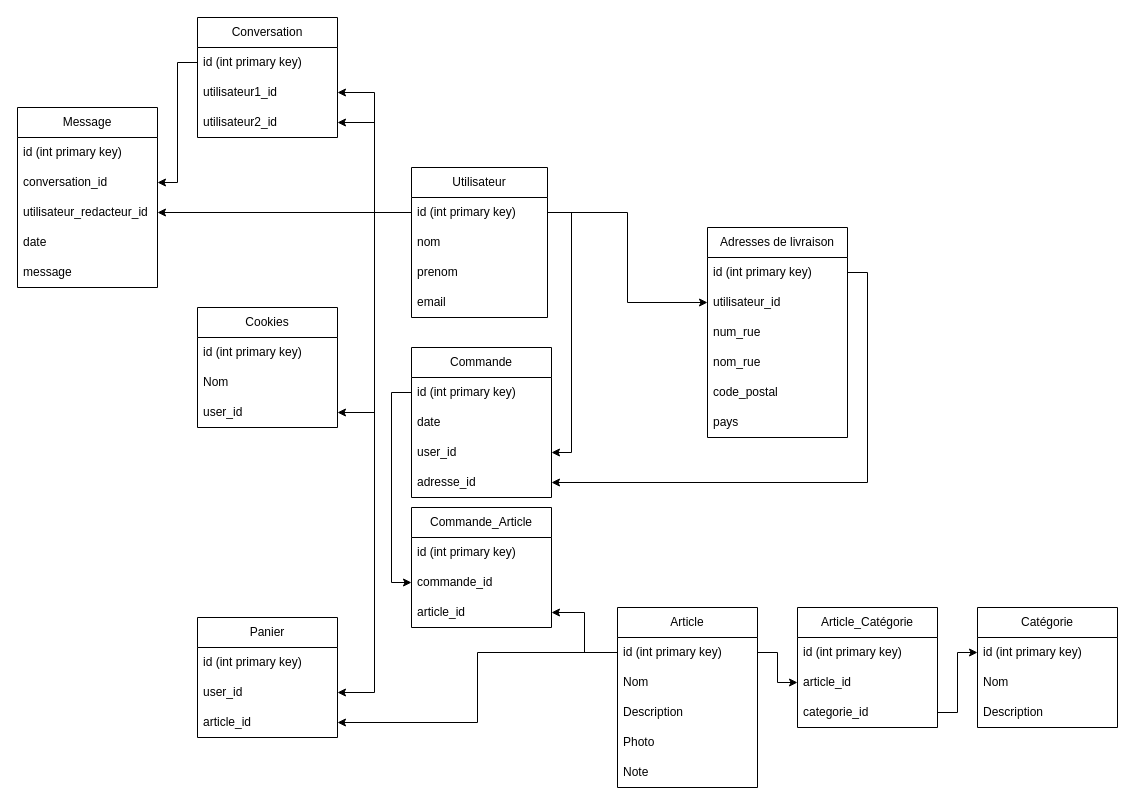
mathiasSuchail/diagram keeps this draw.io diagram as BDD Amazon IPI TP.drawio. Above is the earlier version. Source tidied: cells renumbered, new cells numbered last; positions are measured from the earlier drawing's top-left corner, leaving out a move shared by most shapes. Both pictures are drawn from the tidied source at 100%, with x=0, y=0 at pixel (17, 17).
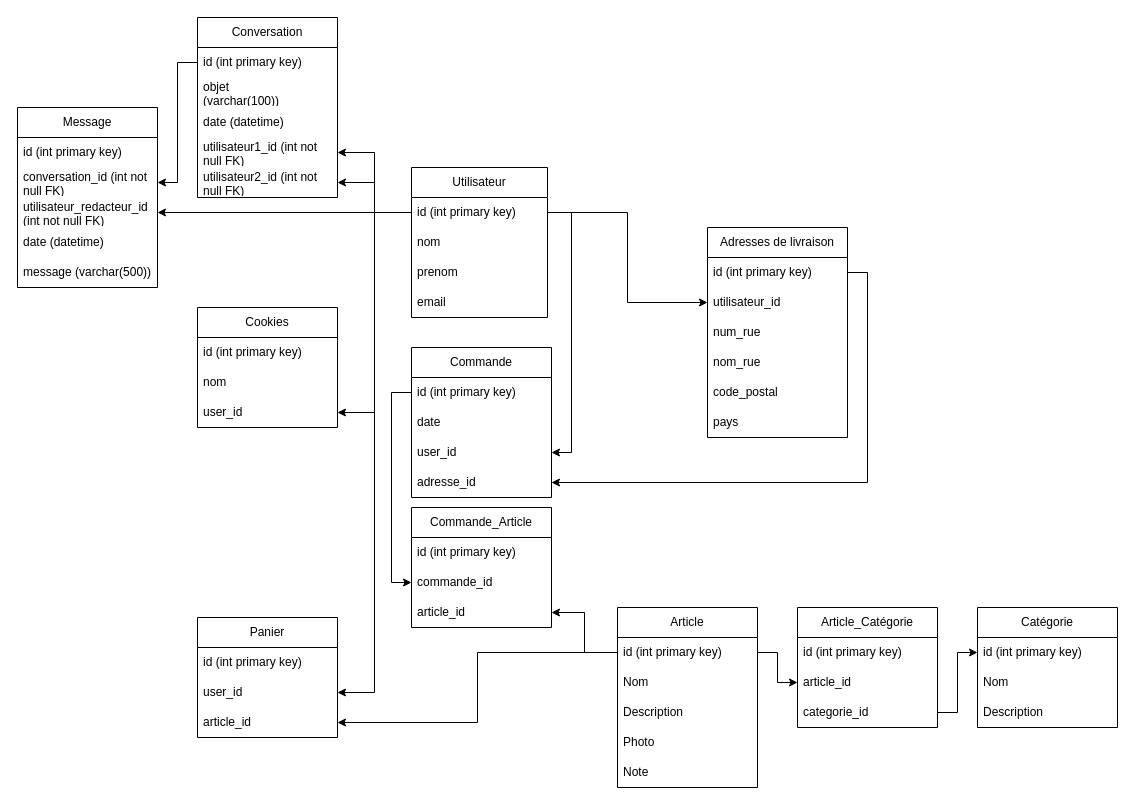
Above is the later version.

Commit message (it also covers changes not shown here):
Mettre à jour BDD Amazon IPI TP.drawio

The change refers to these unchanged cells:
```xml
<mxCell id="22" value="Message" style="swimlane;fontStyle=0;horizontal=1;startSize=30;whiteSpace=wrap;html=1;" parent="1" vertex="1">
  <mxGeometry y="90" width="140" height="180" as="geometry" />
</mxCell>
<mxCell id="35" value="Cookies" style="swimlane;fontStyle=0;horizontal=1;startSize=30;whiteSpace=wrap;html=1;" parent="1" vertex="1">
  <mxGeometry x="180" y="290" width="140" height="120" as="geometry" />
</mxCell>
```

The edit, as a diff of the source:
```diff
@@
-    <mxCell id="24" value="conversation_id" style="text;strokeColor=none;fillColor=none;align=left;verticalAlign=middle;spacingLeft=4;spacingRight=4;overflow=hidden;points=[[0,0.5],[1,0.5]];portConstraint=eastwest;whiteSpace=wrap;html=1;" parent="22" vertex="1">
+    <mxCell id="24" value="conversation_id (int not null FK)" style="text;strokeColor=none;fillColor=none;align=left;verticalAlign=middle;spacingLeft=4;spacingRight=4;overflow=hidden;points=[[0,0.5],[1,0.5]];portConstraint=eastwest;whiteSpace=wrap;html=1;" parent="22" vertex="1">
       <mxGeometry y="60" width="140" height="30" as="geometry" />
     </mxCell>
-    <mxCell id="25" value="utilisateur_redacteur_id" style="text;strokeColor=none;fillColor=none;align=left;verticalAlign=middle;spacingLeft=4;spacingRight=4;overflow=hidden;points=[[0,0.5],[1,0.5]];portConstraint=eastwest;whiteSpace=wrap;html=1;" parent="22" vertex="1">
+    <mxCell id="25" value="utilisateur_redacteur_id (int not null FK)" style="text;strokeColor=none;fillColor=none;align=left;verticalAlign=middle;spacingLeft=4;spacingRight=4;overflow=hidden;points=[[0,0.5],[1,0.5]];portConstraint=eastwest;whiteSpace=wrap;html=1;" parent="22" vertex="1">
       <mxGeometry y="90" width="140" height="30" as="geometry" />
     </mxCell>
-    <mxCell id="26" value="date" style="text;strokeColor=none;fillColor=none;align=left;verticalAlign=middle;spacingLeft=4;spacingRight=4;overflow=hidden;whiteSpace=wrap;html=1;" parent="22" vertex="1">
+    <mxCell id="26" value="date (datetime)" style="text;strokeColor=none;fillColor=none;align=left;verticalAlign=middle;spacingLeft=4;spacingRight=4;overflow=hidden;whiteSpace=wrap;html=1;" parent="22" vertex="1">
       <mxGeometry y="120" width="140" height="30" as="geometry" />
     </mxCell>
-    <mxCell id="27" value="message" style="text;strokeColor=none;fillColor=none;align=left;verticalAlign=middle;spacingLeft=4;spacingRight=4;overflow=hidden;whiteSpace=wrap;html=1;" parent="22" vertex="1">
+    <mxCell id="27" value="message (varchar(500))" style="text;strokeColor=none;fillColor=none;align=left;verticalAlign=middle;spacingLeft=4;spacingRight=4;overflow=hidden;whiteSpace=wrap;html=1;" parent="22" vertex="1">
       <mxGeometry y="150" width="140" height="30" as="geometry" />
     </mxCell>
@@
-    <mxCell id="37" value="Nom&lt;span style=&quot;white-space: pre;&quot;&gt;&#9;&lt;/span&gt;" style="text;strokeColor=none;fillColor=none;align=left;verticalAlign=middle;spacingLeft=4;spacingRight=4;overflow=hidden;whiteSpace=wrap;html=1;" parent="35" vertex="1">
+    <mxCell id="37" value="nom" style="text;strokeColor=none;fillColor=none;align=left;verticalAlign=middle;spacingLeft=4;spacingRight=4;overflow=hidden;whiteSpace=wrap;html=1;" parent="35" vertex="1">
       <mxGeometry y="60" width="140" height="30" as="geometry" />
     </mxCell>
@@
     <mxCell id="61" value="Conversation" style="swimlane;fontStyle=0;horizontal=1;startSize=30;whiteSpace=wrap;html=1;" parent="1" vertex="1">
-      <mxGeometry x="180" width="140" height="120" as="geometry" />
+      <mxGeometry x="180" width="140" height="180" as="geometry" />
     </mxCell>
@@
+    <mxCell id="69" value="objet&lt;br&gt;(varchar(100))" style="text;strokeColor=none;fillColor=none;align=left;verticalAlign=middle;spacingLeft=4;spacingRight=4;overflow=hidden;whiteSpace=wrap;html=1;" parent="61" vertex="1">
+      <mxGeometry y="60" width="140" height="30" as="geometry" />
+    </mxCell>
+    <mxCell id="70" value="date (datetime)" style="text;strokeColor=none;fillColor=none;align=left;verticalAlign=middle;spacingLeft=4;spacingRight=4;overflow=hidden;whiteSpace=wrap;html=1;" parent="61" vertex="1">
+      <mxGeometry y="90" width="140" height="30" as="geometry" />
+    </mxCell>
-    <mxCell id="63" value="utilisateur1_id" style="text;strokeColor=none;fillColor=none;align=left;verticalAlign=middle;spacingLeft=4;spacingRight=4;overflow=hidden;points=[[0,0.5],[1,0.5]];portConstraint=eastwest;whiteSpace=wrap;html=1;" parent="61" vertex="1">
-      <mxGeometry y="60" width="140" height="30" as="geometry" />
+    <mxCell id="63" value="utilisateur1_id (int not null FK)" style="text;strokeColor=none;fillColor=none;align=left;verticalAlign=middle;spacingLeft=4;spacingRight=4;overflow=hidden;points=[[0,0.5],[1,0.5]];portConstraint=eastwest;whiteSpace=wrap;html=1;" parent="61" vertex="1">
+      <mxGeometry y="120" width="140" height="30" as="geometry" />
     </mxCell>
-    <mxCell id="64" value="utilisateur2_id" style="text;strokeColor=none;fillColor=none;align=left;verticalAlign=middle;spacingLeft=4;spacingRight=4;overflow=hidden;points=[[0,0.5],[1,0.5]];portConstraint=eastwest;whiteSpace=wrap;html=1;" parent="61" vertex="1">
-      <mxGeometry y="90" width="140" height="30" as="geometry" />
+    <mxCell id="64" value="utilisateur2_id (int not null FK)" style="text;strokeColor=none;fillColor=none;align=left;verticalAlign=middle;spacingLeft=4;spacingRight=4;overflow=hidden;points=[[0,0.5],[1,0.5]];portConstraint=eastwest;whiteSpace=wrap;html=1;" parent="61" vertex="1">
+      <mxGeometry y="150" width="140" height="30" as="geometry" />
     </mxCell>
```
